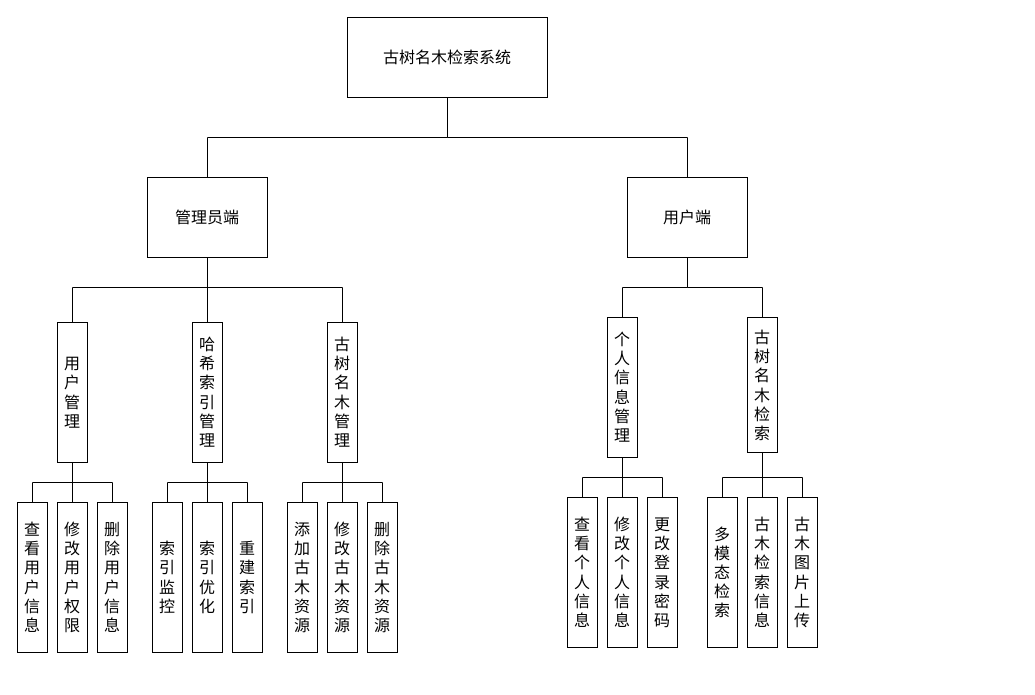
This is page "图4.3 系统功能模块设计" (3 of 6) of word/第4章/第四章.drawio from ssl1995/imooc-wiki, a draw.io file, before an edit. Source tidied: cells renumbered, new cells numbered last; positions are measured from the earlier drawing's top-left corner, leaving out a move shared by most shapes. Both pictures are drawn from the tidied source at 100%, with x=0, y=0 at pixel (17, 17).
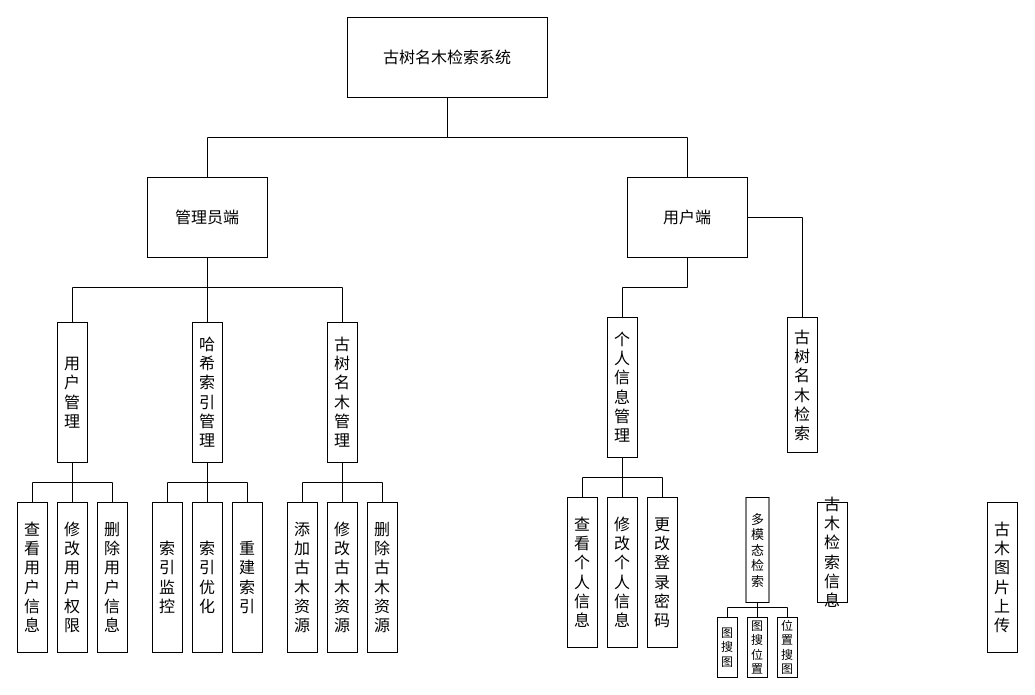
The same page after the edit.

Change to the diagram source:
```diff
@@
-    <mxCell id="24" style="edgeStyle=orthogonalEdgeStyle;rounded=0;jettySize=auto;html=1;entryX=0.5;entryY=0;entryDx=0;entryDy=0;endArrow=none;endFill=0;" parent="1" edge="1" source="25" target="39">
-      <mxGeometry relative="1" as="geometry" />
-    </mxCell>
     <mxCell id="25" value="古&lt;div&gt;树&lt;/div&gt;&lt;div&gt;名&lt;div&gt;木&lt;/div&gt;&lt;div&gt;检索&lt;/div&gt;&lt;/div&gt;" style="rounded=0;whiteSpace=wrap;html=1;fontSize=16;" parent="1" vertex="1">
-      <mxGeometry x="730" y="300" width="30" height="135" as="geometry" />
+      <mxGeometry x="770" y="300" width="30" height="135" as="geometry" />
     </mxCell>
@@
-    <mxCell id="35" style="edgeStyle=orthogonalEdgeStyle;rounded=0;jettySize=auto;html=1;entryX=0.5;entryY=0;entryDx=0;entryDy=0;endArrow=none;startFill=0;" parent="1" edge="1" target="37">
-      <mxGeometry relative="1" as="geometry">
-        <mxPoint x="745" y="440" as="sourcePoint" />
-        <Array as="points">
-          <mxPoint x="745" y="460" />
-          <mxPoint x="705" y="460" />
-        </Array>
-      </mxGeometry>
-    </mxCell>
-    <mxCell id="36" style="edgeStyle=orthogonalEdgeStyle;rounded=0;jettySize=auto;html=1;entryX=0.5;entryY=0;entryDx=0;entryDy=0;endArrow=none;startFill=0;exitX=0.5;exitY=1;exitDx=0;exitDy=0;" parent="1" edge="1" source="25" target="38">
-      <mxGeometry relative="1" as="geometry">
-        <Array as="points">
-          <mxPoint x="745" y="460" />
-          <mxPoint x="785" y="460" />
-        </Array>
-      </mxGeometry>
-    </mxCell>
+    <mxCell id="47" style="edgeStyle=orthogonalEdgeStyle;rounded=0;jettySize=auto;html=1;entryX=0.5;entryY=0;entryDx=0;entryDy=0;endArrow=none;endFill=0;" parent="1" edge="1" source="37" target="51">
+      <mxGeometry relative="1" as="geometry" />
+    </mxCell>
+    <mxCell id="48" style="edgeStyle=orthogonalEdgeStyle;rounded=0;jettySize=auto;html=1;entryX=0.5;entryY=0;entryDx=0;entryDy=0;endArrow=none;endFill=0;" parent="1" edge="1" source="37" target="50">
+      <mxGeometry relative="1" as="geometry">
+        <Array as="points">
+          <mxPoint x="740" y="590" />
+          <mxPoint x="710" y="590" />
+        </Array>
+      </mxGeometry>
+    </mxCell>
+    <mxCell id="49" style="edgeStyle=orthogonalEdgeStyle;rounded=0;jettySize=auto;html=1;entryX=0.5;entryY=0;entryDx=0;entryDy=0;endArrow=none;endFill=0;" parent="1" edge="1" source="37" target="52">
+      <mxGeometry relative="1" as="geometry">
+        <Array as="points">
+          <mxPoint x="740" y="590" />
+          <mxPoint x="770" y="590" />
+        </Array>
+      </mxGeometry>
+    </mxCell>
-    <mxCell id="37" value="多模态检索" style="rounded=0;whiteSpace=wrap;html=1;fontSize=16;" parent="1" vertex="1">
-      <mxGeometry x="690" y="480" width="30" height="150" as="geometry" />
+    <mxCell id="37" value="多模态检索" style="rounded=0;whiteSpace=wrap;html=1;fontSize=13;" parent="1" vertex="1">
+      <mxGeometry x="728.5" y="480" width="23" height="105" as="geometry" />
     </mxCell>
     <mxCell id="38" value="古木图片上传" style="rounded=0;whiteSpace=wrap;html=1;fontSize=16;" parent="1" vertex="1">
-      <mxGeometry x="770" y="480" width="30" height="150" as="geometry" />
+      <mxGeometry x="970" y="485" width="30" height="150" as="geometry" />
     </mxCell>
     <mxCell id="39" value="古木检索信息" style="rounded=0;whiteSpace=wrap;html=1;fontSize=16;" parent="1" vertex="1">
-      <mxGeometry x="730" y="480" width="30" height="150" as="geometry" />
+      <mxGeometry x="800" y="485" width="30" height="100" as="geometry" />
     </mxCell>
@@
+    <mxCell id="50" value="图搜图" style="rounded=0;whiteSpace=wrap;html=1;fontSize=12;" parent="1" vertex="1">
+      <mxGeometry x="700" y="600" width="20" height="60" as="geometry" />
+    </mxCell>
+    <mxCell id="51" value="图搜位置" style="rounded=0;whiteSpace=wrap;html=1;fontSize=12;" parent="1" vertex="1">
+      <mxGeometry x="730" y="600" width="20" height="60" as="geometry" />
+    </mxCell>
+    <mxCell id="52" value="位置搜图" style="rounded=0;whiteSpace=wrap;html=1;fontSize=12;" parent="1" vertex="1">
+      <mxGeometry x="760" y="600" width="20" height="60" as="geometry" />
+    </mxCell>
```
